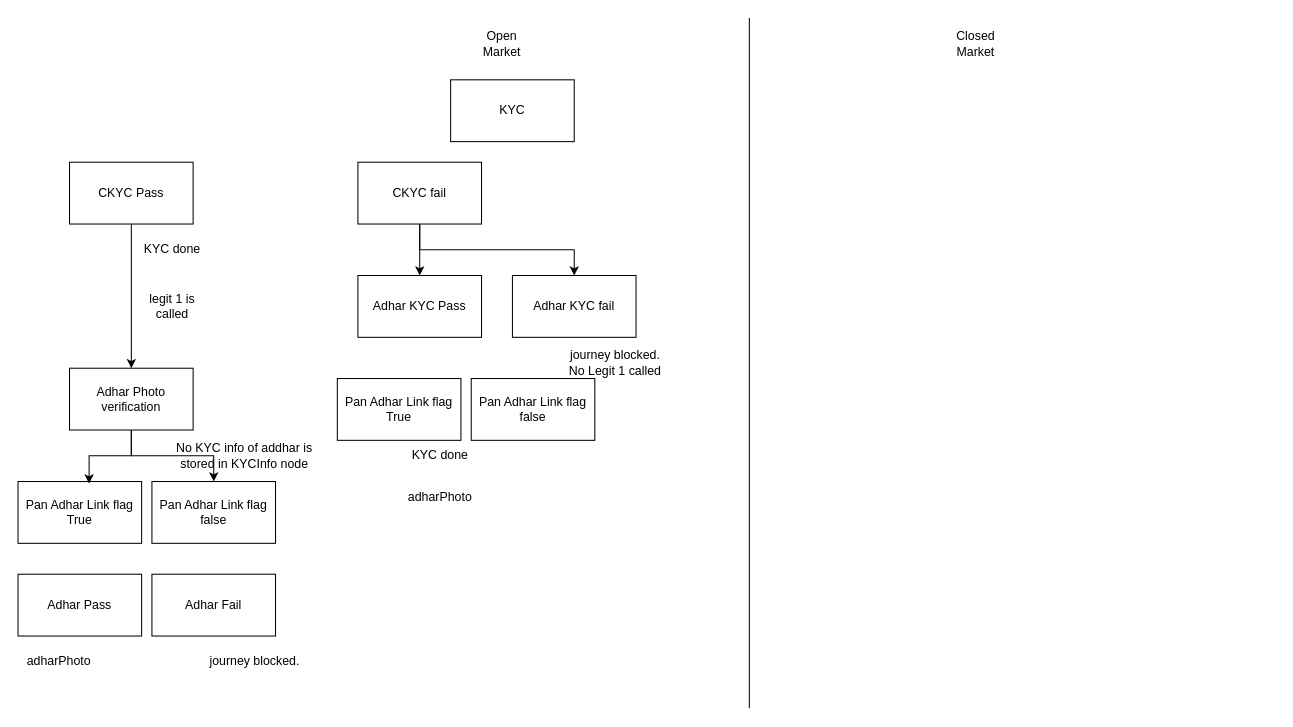
Earlier version of the draw.io diagram Untitled Diagram5.drawio (shriraj-bhagwan/utility). Source tidied: cells renumbered, new cells numbered last; positions are measured from the earlier drawing's top-left corner, leaving out a move shared by most shapes. Both pictures are drawn from the tidied source at 103%, with x=0, y=0 at pixel (18, 18).
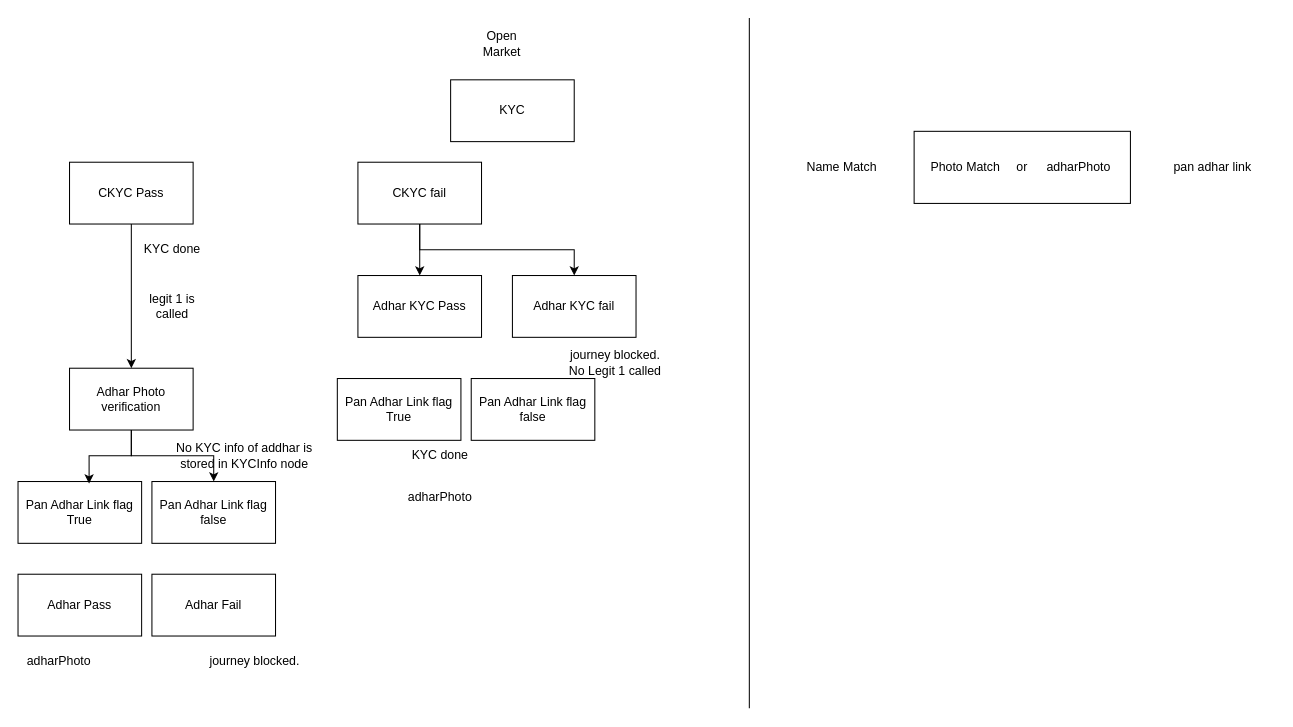
After the change.

The edit, as a diff of the source:
```diff
@@
-    <mxCell id="5" value="Closed Market" style="text;html=1;strokeColor=none;fillColor=none;align=center;verticalAlign=middle;whiteSpace=wrap;rounded=0;" parent="1" vertex="1">
-      <mxGeometry x="900" y="10" width="60" height="30" as="geometry" />
-    </mxCell>
@@
+    <mxCell id="30" value="Name Match" style="text;html=1;strokeColor=none;fillColor=none;align=center;verticalAlign=middle;whiteSpace=wrap;rounded=0;" parent="1" vertex="1">
+      <mxGeometry x="740" y="130" width="120" height="30" as="geometry" />
+    </mxCell>
+    <mxCell id="31" value="Photo Match" style="text;html=1;strokeColor=none;fillColor=none;align=center;verticalAlign=middle;whiteSpace=wrap;rounded=0;" parent="1" vertex="1">
+      <mxGeometry x="860" y="130" width="120" height="30" as="geometry" />
+    </mxCell>
+    <mxCell id="32" value="pan adhar link" style="text;html=1;strokeColor=none;fillColor=none;align=center;verticalAlign=middle;whiteSpace=wrap;rounded=0;" parent="1" vertex="1">
+      <mxGeometry x="1100" y="130" width="120" height="30" as="geometry" />
+    </mxCell>
+    <mxCell id="33" value="adharPhoto" style="text;html=1;strokeColor=none;fillColor=none;align=center;verticalAlign=middle;whiteSpace=wrap;rounded=0;" parent="1" vertex="1">
+      <mxGeometry x="970" y="130" width="120" height="30" as="geometry" />
+    </mxCell>
+    <mxCell id="34" value="or" style="rounded=0;whiteSpace=wrap;html=1;fillColor=none;" parent="1" vertex="1">
+      <mxGeometry x="870" y="110" width="210" height="70" as="geometry" />
+    </mxCell>
```
